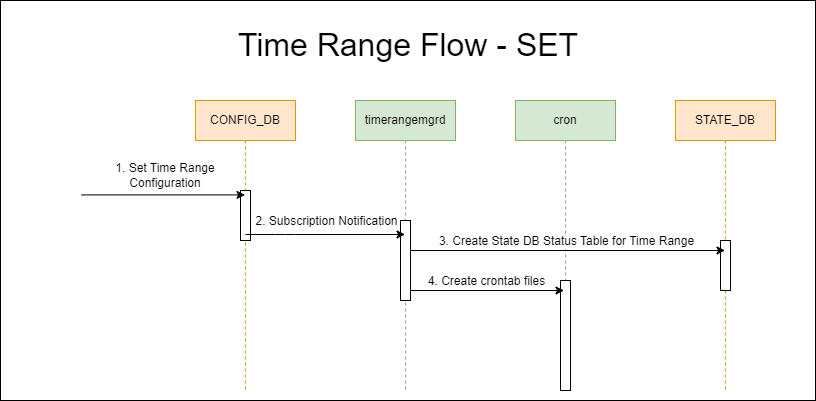
The draw.io diagram doc/scheduled-configurations/images/time-range-flow-set.png in sonic-net/SONiC, before a commit. Source tidied: cells renumbered, new cells last; positions are measured from the earlier drawing's top-left corner, leaving out a move shared by most shapes.
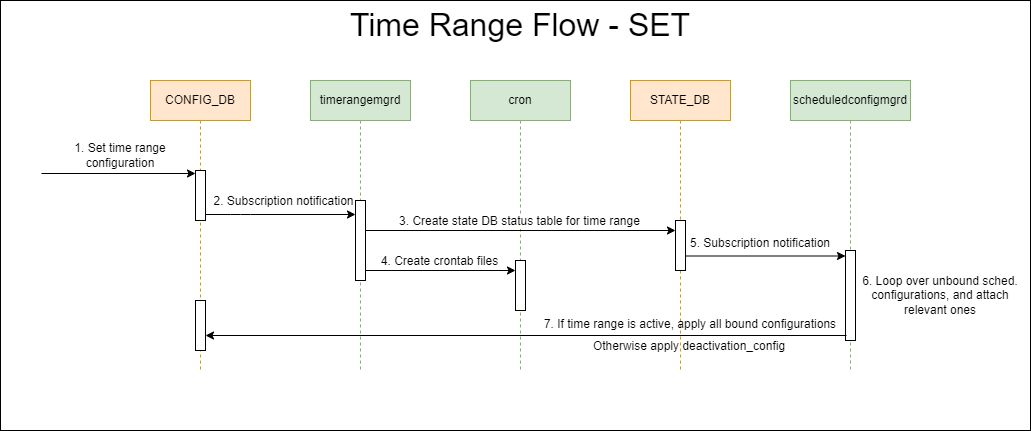
Later version of the same file.

Commit message:
Redesign of Scheduled Configurations

What changed in the source:
```diff
@@ -3,7 +3,7 @@
     <mxCell id="0" />
     <mxCell id="1" parent="0" />
     <mxCell id="2" style="rounded=0;whiteSpace=wrap;html=1;" parent="1" vertex="1">
-      <mxGeometry width="815" height="400" as="geometry" />
+      <mxGeometry x="45" y="20" width="1030" height="430" as="geometry" />
     </mxCell>
     <mxCell id="3" value="CONFIG_DB" style="shape=umlLifeline;perimeter=lifelinePerimeter;whiteSpace=wrap;html=1;outlineConnect=0;fillColor=#ffe6cc;strokeColor=#d79b00;" parent="1" vertex="1">
       <mxGeometry x="195" y="100" width="100" height="290" as="geometry" />
@@ -11,11 +11,14 @@
     <mxCell id="4" style="html=1;perimeter=orthogonalPerimeter;" parent="3" vertex="1">
       <mxGeometry x="45" y="90" width="10" height="50" as="geometry" />
     </mxCell>
-    <mxCell id="5" value="1. Set Time Range Configuration" style="text;html=1;strokeColor=none;fillColor=none;align=center;verticalAlign=middle;whiteSpace=wrap;rounded=0;" parent="3" vertex="1">
+    <mxCell id="5" value="1. Set time range configuration" style="text;html=1;strokeColor=none;fillColor=none;align=center;verticalAlign=middle;whiteSpace=wrap;rounded=0;" parent="3" vertex="1">
       <mxGeometry x="-100" y="60" width="140" height="30" as="geometry" />
     </mxCell>
+    <mxCell id="20" style="html=1;perimeter=orthogonalPerimeter;" parent="3" vertex="1">
+      <mxGeometry x="45" y="220" width="10" height="50" as="geometry" />
+    </mxCell>
     <mxCell id="6" value="&lt;font style=&quot;font-size: 32px;&quot;&gt;Time Range Flow - SET&lt;/font&gt;" style="text;html=1;strokeColor=none;fillColor=none;align=center;verticalAlign=middle;whiteSpace=wrap;rounded=0;" parent="1" vertex="1">
-      <mxGeometry x="207.5" y="30" width="400" height="30" as="geometry" />
+      <mxGeometry x="365" y="30" width="400" height="30" as="geometry" />
     </mxCell>
     <mxCell id="7" value="timerangemgrd" style="shape=umlLifeline;perimeter=lifelinePerimeter;whiteSpace=wrap;html=1;fillColor=#d5e8d4;strokeColor=#82b366;" parent="1" vertex="1">
       <mxGeometry x="355" y="100" width="100" height="290" as="geometry" />
@@ -24,12 +27,12 @@
       <mxGeometry x="515" y="100" width="100" height="290" as="geometry" />
     </mxCell>
     <mxCell id="9" style="html=1;perimeter=orthogonalPerimeter;" parent="8" vertex="1">
-      <mxGeometry x="45" y="180" width="10" height="110" as="geometry" />
+      <mxGeometry x="45" y="180" width="10" height="50" as="geometry" />
     </mxCell>
     <mxCell id="10" style="edgeStyle=none;html=1;exitX=0.1;exitY=0.088;exitDx=0;exitDy=0;exitPerimeter=0;" parent="1" edge="1">
       <mxGeometry relative="1" as="geometry">
         <mxPoint x="400" y="290" as="sourcePoint" />
-        <mxPoint x="563.5" y="290" as="targetPoint" />
+        <mxPoint x="560" y="290" as="targetPoint" />
       </mxGeometry>
     </mxCell>
     <mxCell id="11" value="4. Create crontab files" style="edgeLabel;html=1;align=center;verticalAlign=middle;fontSize=12;" parent="10" vertex="1">
@@ -43,19 +46,21 @@
     <mxCell id="13" style="html=1;perimeter=orthogonalPerimeter;" parent="12" vertex="1">
       <mxGeometry x="45" y="140" width="10" height="50" as="geometry" />
     </mxCell>
-    <mxCell id="14" style="edgeStyle=none;html=1;exitX=0.1;exitY=0.088;exitDx=0;exitDy=0;exitPerimeter=0;" parent="1" edge="1" target="12">
+    <mxCell id="14" style="edgeStyle=none;html=1;exitX=0.1;exitY=0.088;exitDx=0;exitDy=0;exitPerimeter=0;" parent="1" edge="1">
       <mxGeometry relative="1" as="geometry">
         <mxPoint x="400" y="250" as="sourcePoint" />
+        <mxPoint x="720" y="250" as="targetPoint" />
       </mxGeometry>
     </mxCell>
-    <mxCell id="15" value="3. Create State DB Status Table for Time Range" style="edgeLabel;html=1;align=center;verticalAlign=middle;fontSize=12;" parent="14" vertex="1">
+    <mxCell id="15" value="3. Create state DB status table for time range" style="edgeLabel;html=1;align=center;verticalAlign=middle;fontSize=12;" parent="14" vertex="1">
       <mxGeometry x="-0.12" relative="1" as="geometry">
         <mxPoint x="23" y="-10" as="offset" />
       </mxGeometry>
     </mxCell>
-    <mxCell id="16" style="edgeStyle=none;html=1;exitX=0.1;exitY=0.088;exitDx=0;exitDy=0;exitPerimeter=0;" parent="1" edge="1" target="3">
+    <mxCell id="16" style="edgeStyle=none;html=1;exitX=0.1;exitY=0.088;exitDx=0;exitDy=0;exitPerimeter=0;" parent="1" edge="1">
       <mxGeometry relative="1" as="geometry">
-        <mxPoint x="81" y="194.4" as="sourcePoint" />
+        <mxPoint x="86" y="193" as="sourcePoint" />
+        <mxPoint x="240" y="193" as="targetPoint" />
       </mxGeometry>
     </mxCell>
     <mxCell id="17" style="html=1;perimeter=orthogonalPerimeter;" parent="1" vertex="1">
@@ -63,17 +68,47 @@
     </mxCell>
     <mxCell id="18" style="edgeStyle=none;html=1;startArrow=none;" parent="1" edge="1">
       <mxGeometry relative="1" as="geometry">
-        <mxPoint x="245" y="234" as="sourcePoint" />
-        <mxPoint x="404.5" y="234" as="targetPoint" />
+        <mxPoint x="250" y="234" as="sourcePoint" />
+        <mxPoint x="400" y="234" as="targetPoint" />
         <Array as="points">
           <mxPoint x="285" y="234" />
         </Array>
       </mxGeometry>
     </mxCell>
-    <mxCell id="19" value="2. Subscription Notification" style="edgeLabel;html=1;align=center;verticalAlign=middle;fontSize=12;" parent="18" vertex="1">
+    <mxCell id="19" value="2. Subscription notification" style="edgeLabel;html=1;align=center;verticalAlign=middle;fontSize=12;" parent="18" vertex="1">
       <mxGeometry x="-0.36" y="-1" relative="1" as="geometry">
         <mxPoint x="29" y="-15" as="offset" />
       </mxGeometry>
     </mxCell>
+    <mxCell id="21" value="scheduledconfigmgrd" style="shape=umlLifeline;perimeter=lifelinePerimeter;whiteSpace=wrap;html=1;fillColor=#d5e8d4;strokeColor=#82b366;" parent="1" vertex="1">
+      <mxGeometry x="835" y="100" width="120" height="290" as="geometry" />
+    </mxCell>
+    <mxCell id="22" style="html=1;perimeter=orthogonalPerimeter;" parent="21" vertex="1">
+      <mxGeometry x="55" y="170" width="10" height="90" as="geometry" />
+    </mxCell>
+    <mxCell id="23" style="edgeStyle=none;html=1;exitX=0.1;exitY=0.088;exitDx=0;exitDy=0;exitPerimeter=0;" parent="21" edge="1">
+      <mxGeometry relative="1" as="geometry">
+        <mxPoint x="-105" y="175.5" as="sourcePoint" />
+        <mxPoint x="55" y="175.5" as="targetPoint" />
+      </mxGeometry>
+    </mxCell>
+    <mxCell id="24" style="edgeStyle=none;html=1;exitX=0.1;exitY=0.088;exitDx=0;exitDy=0;exitPerimeter=0;" parent="1" edge="1">
+      <mxGeometry relative="1" as="geometry">
+        <mxPoint x="891" y="355" as="sourcePoint" />
+        <mxPoint x="250" y="355" as="targetPoint" />
+      </mxGeometry>
+    </mxCell>
+    <mxCell id="25" value="5. Subscription notification" style="text;html=1;strokeColor=none;fillColor=none;align=center;verticalAlign=middle;whiteSpace=wrap;rounded=0;" parent="1" vertex="1">
+      <mxGeometry x="725" y="248" width="160" height="30" as="geometry" />
+    </mxCell>
+    <mxCell id="26" value="6. Loop over unbound sched. configurations, and attach relevant ones" style="text;html=1;strokeColor=none;fillColor=none;align=center;verticalAlign=middle;whiteSpace=wrap;rounded=0;" parent="1" vertex="1">
+      <mxGeometry x="905" y="300" width="160" height="30" as="geometry" />
+    </mxCell>
+    <mxCell id="27" value="7. If time range is active, apply all bound configurations" style="text;html=1;strokeColor=none;fillColor=none;align=center;verticalAlign=middle;whiteSpace=wrap;rounded=0;" parent="1" vertex="1">
+      <mxGeometry x="585" y="329" width="300" height="30" as="geometry" />
+    </mxCell>
+    <mxCell id="28" value="Otherwise apply deactivation_config" style="text;html=1;strokeColor=none;fillColor=none;align=center;verticalAlign=middle;whiteSpace=wrap;rounded=0;" parent="1" vertex="1">
+      <mxGeometry x="614" y="351" width="240" height="30" as="geometry" />
+    </mxCell>
   </root>
 </mxGraphModel>
```
